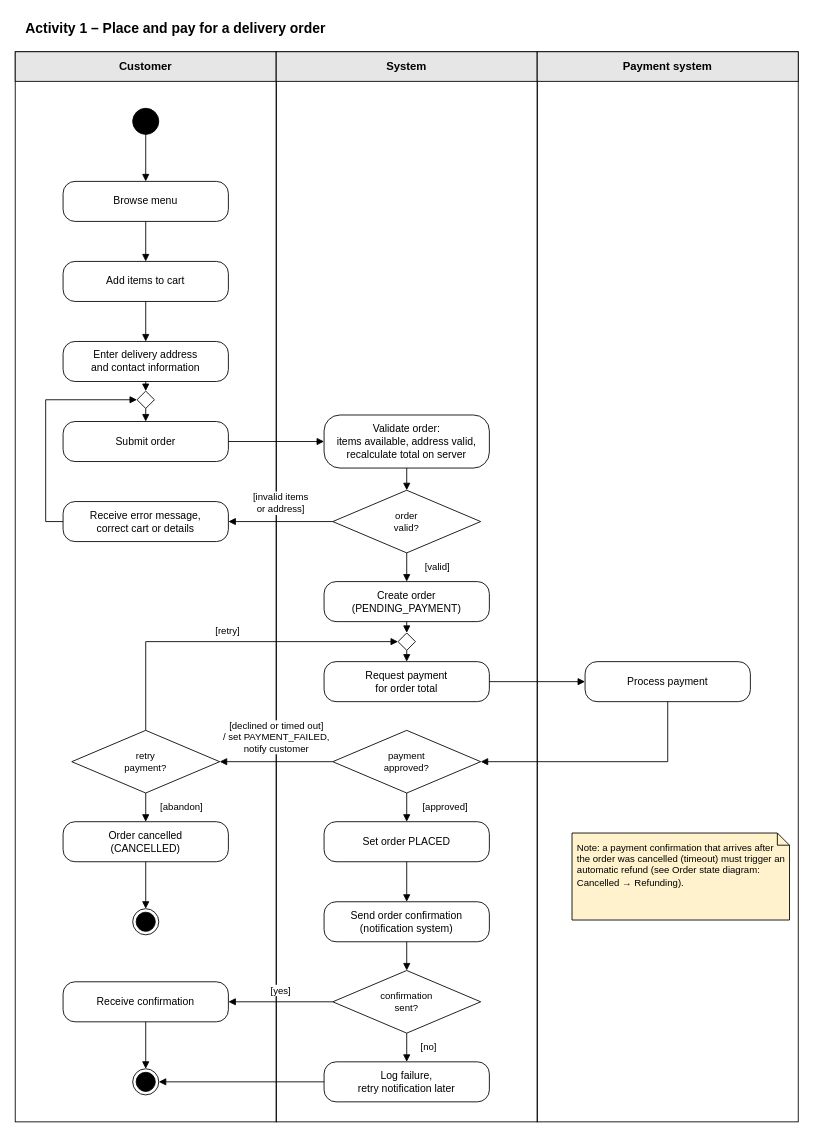
Earlier version of the draw.io diagram Activity Diagrams/Activity_1_Place_and_pay_order.drawio (Lukap42/SWE1_Project). Source tidied: cells renumbered, new cells numbered last; positions are measured from the earlier drawing's top-left corner, leaving out a move shared by most shapes. Both pictures are drawn from the tidied source at 87%, with x=0, y=0 at pixel (15, 15).
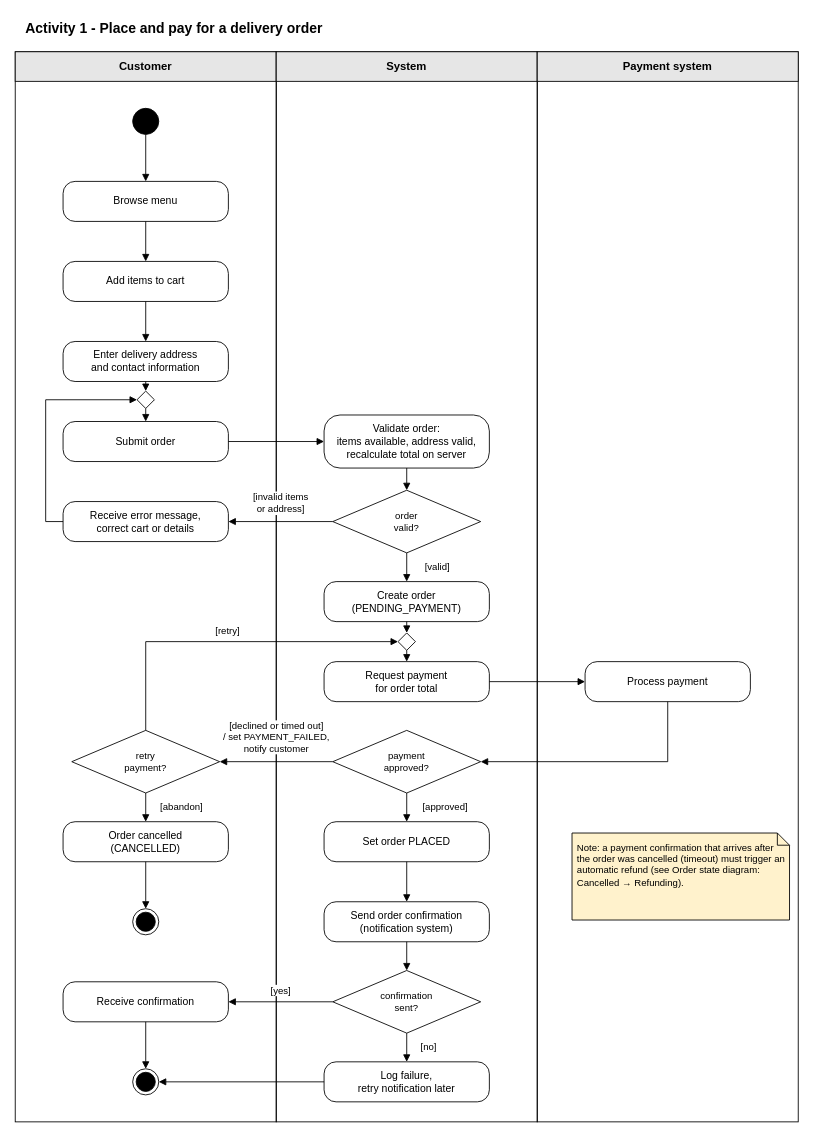
After the change.

Commit message (it also covers changes not shown here):
fixed activity diagrams

Diff of the diagram source:
```diff
@@
-    <mxCell id="2" value="Activity 1 – Place and pay for a delivery order" style="text;html=1;align=left;verticalAlign=middle;fontSize=16;fontStyle=1;" parent="1" vertex="1">
+    <mxCell id="2" value="Activity 1 - Place and pay for a delivery order" style="text;html=1;align=left;verticalAlign=middle;fontSize=16;fontStyle=1;" parent="1" vertex="1">
       <mxGeometry x="10" width="700" height="30" as="geometry" />
     </mxCell>
```
